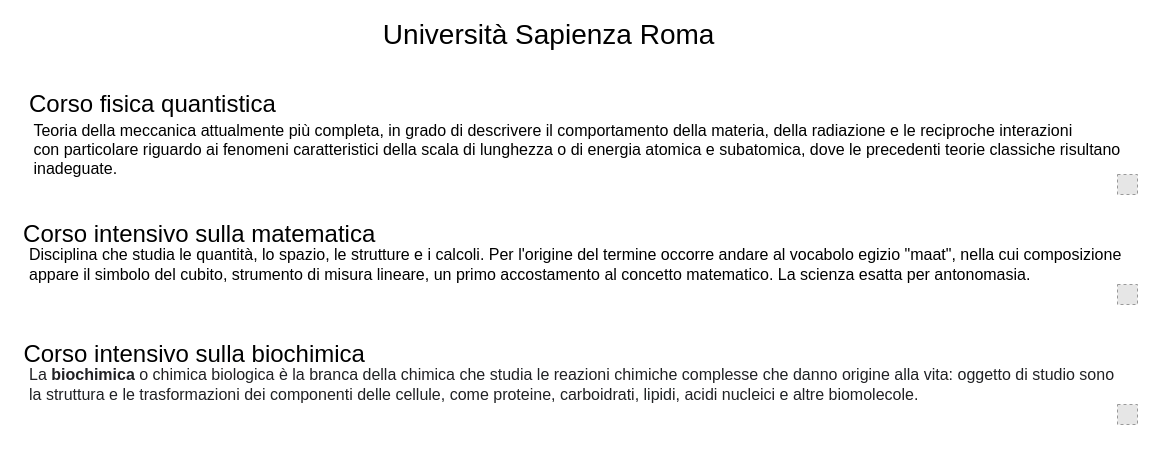
AuroraStefanin03/Esempio keeps this draw.io diagram as Wireframe.drawio. Above is the earlier version. Source tidied: cells renumbered, new cells numbered last; positions are measured from the earlier drawing's top-left corner, leaving out a move shared by most shapes. Both pictures are drawn from the tidied source at 100%, with x=0, y=0 at pixel (17, 24). Pictures stored in the file or linked from it are replaced by grey dashed boxes.
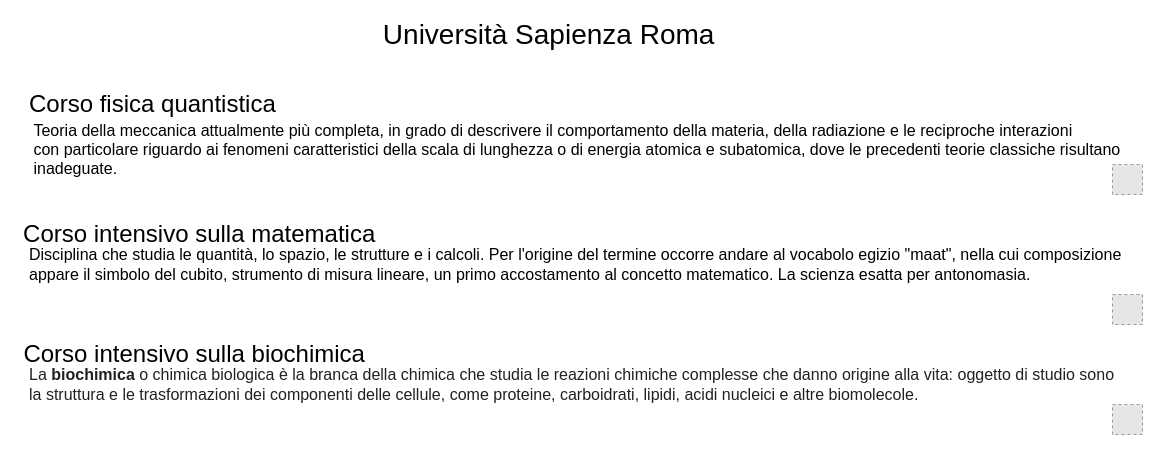
Above is the later version.

What changed in the source:
```diff
@@
 <mxGraphModel background="#ffffff">
   <root>
     <mxCell id="0" />
     <mxCell id="1" parent="0" />
     <mxCell id="2" value="&lt;font style=&quot;font-size: 28px&quot;&gt;Università Sapienza Roma&amp;nbsp;&lt;/font&gt;" style="text;html=1;align=center;verticalAlign=middle;fillColor=none;strokeColor=none;rounded=0;" parent="1" vertex="1">
       <mxGeometry x="360" width="350" height="20" as="geometry" />
     </mxCell>
     <mxCell id="3" value="&lt;p style=&quot;margin: 0.5em 0px ; font-family: sans-serif ; font-size: 14px ; background-color: rgb(255 , 255 , 255)&quot;&gt;&lt;br&gt;&lt;/p&gt;" style="text;html=1;align=center;verticalAlign=middle;fillColor=none;strokeColor=none;rounded=0;" parent="1" vertex="1">
       <mxGeometry x="490" y="225" width="20" height="30" as="geometry" />
     </mxCell>
     <mxCell id="4" value="&lt;font style=&quot;font-size: 16px&quot;&gt;&amp;nbsp;Teoria della meccanica attualmente più completa, in grado di descrivere il comportamento della materia, della radiazione e le reciproche interazioni&lt;br&gt;&amp;nbsp;con particolare riguardo ai fenomeni caratteristici della scala di lunghezza o di energia atomica e subatomica, dove le precedenti teorie classiche risultano &lt;br&gt;&amp;nbsp;inadeguate.&lt;/font&gt;" style="text;html=1;align=left;verticalAlign=middle;fillColor=none;strokeColor=none;rounded=0;" parent="1" vertex="1">
       <mxGeometry x="10" y="100" width="1110" height="50" as="geometry" />
     </mxCell>
     <mxCell id="5" value="&lt;font style=&quot;font-size: 16px&quot;&gt;Disciplina che studia le quantità, lo spazio, le strutture e i calcoli. Per l'origine del termine occorre andare al vocabolo egizio &quot;maat&quot;, nella cui composizione &lt;br&gt;appare il simbolo del cubito, strumento di misura lineare, un primo accostamento al concetto matematico.&amp;nbsp;La scienza esatta per antonomasia.&lt;/font&gt;" style="text;html=1;align=left;verticalAlign=middle;fillColor=none;strokeColor=none;rounded=0;" parent="1" vertex="1">
       <mxGeometry x="10" y="220" width="1110" height="40" as="geometry" />
     </mxCell>
-    <mxCell id="6" style="fillColor=#E6E6E6;strokeColor=#999999;dashed=1;html=1;verticalAlign=top;verticalLabelPosition=bottom;labelBackgroundColor=#ffffff;" parent="1" vertex="1">
-      <mxGeometry x="1100" y="150" width="20" height="20" as="geometry" />
-    </mxCell>
-    <mxCell id="7" style="fillColor=#E6E6E6;strokeColor=#999999;dashed=1;html=1;verticalAlign=top;verticalLabelPosition=bottom;labelBackgroundColor=#ffffff;" parent="1" vertex="1">
-      <mxGeometry x="1100" y="260" width="20" height="20" as="geometry" />
-    </mxCell>
     <mxCell id="8" value="&lt;font style=&quot;font-size: 24px&quot;&gt;Corso fisica quantistica&lt;/font&gt;" style="text;html=1;align=left;verticalAlign=middle;fillColor=none;strokeColor=none;rounded=0;" parent="1" vertex="1">
       <mxGeometry x="10" y="70" width="260" height="20" as="geometry" />
     </mxCell>
     <mxCell id="9" value="&lt;font style=&quot;font-size: 24px&quot;&gt;Corso intensivo sulla matematica&amp;nbsp;&lt;/font&gt;" style="text;html=1;align=center;verticalAlign=middle;fillColor=none;strokeColor=none;rounded=0;" parent="1" vertex="1">
       <mxGeometry y="200" width="370" height="20" as="geometry" />
     </mxCell>
     <mxCell id="10" value="&lt;span style=&quot;font-size: 24px&quot;&gt;Corso intensivo sulla biochimica&amp;nbsp;&lt;/span&gt;" style="text;html=1;align=center;verticalAlign=middle;fillColor=none;strokeColor=none;rounded=0;" parent="1" vertex="1">
       <mxGeometry y="320" width="360" height="20" as="geometry" />
     </mxCell>
     <mxCell id="11" style="text;html=1;align=center;verticalAlign=middle;fillColor=none;strokeColor=none;rounded=0;" parent="1" vertex="1">
       <mxGeometry x="310" y="250" width="20" height="20" as="geometry" />
     </mxCell>
     <mxCell id="12" value="&lt;span style=&quot;color: rgb(32 , 33 , 36) ; font-family: &amp;#34;arial&amp;#34; , sans-serif ; font-size: 16px ; background-color: rgb(255 , 255 , 255)&quot;&gt;La&amp;nbsp;&lt;/span&gt;&lt;b style=&quot;color: rgb(32 , 33 , 36) ; font-family: &amp;#34;arial&amp;#34; , sans-serif ; font-size: 16px ; background-color: rgb(255 , 255 , 255)&quot;&gt;biochimica&lt;/b&gt;&lt;span style=&quot;color: rgb(32 , 33 , 36) ; font-family: &amp;#34;arial&amp;#34; , sans-serif ; font-size: 16px ; background-color: rgb(255 , 255 , 255)&quot;&gt;&amp;nbsp;o chimica biologica è la branca della chimica che studia le reazioni chimiche complesse che danno origine alla vita: oggetto di studio sono&lt;br&gt;la struttura e le trasformazioni dei componenti delle cellule, come proteine, carboidrati, lipidi, acidi nucleici e altre biomolecole.&lt;/span&gt;" style="text;html=1;align=left;verticalAlign=middle;fillColor=none;strokeColor=none;rounded=0;" parent="1" vertex="1">
       <mxGeometry x="10" y="340" width="1100" height="40" as="geometry" />
     </mxCell>
-    <mxCell id="13" style="fillColor=#E6E6E6;strokeColor=#999999;dashed=1;html=1;verticalAlign=top;verticalLabelPosition=bottom;labelBackgroundColor=#ffffff;" parent="1" vertex="1">
-      <mxGeometry x="1100" y="380" width="20" height="20" as="geometry" />
-    </mxCell>
+    <mxCell id="14" style="fillColor=#E6E6E6;strokeColor=#999999;dashed=1;html=1;verticalAlign=top;verticalLabelPosition=bottom;labelBackgroundColor=#ffffff;" parent="1" vertex="1">
+      <mxGeometry x="1095" y="140" width="30" height="30" as="geometry" />
+    </mxCell>
+    <mxCell id="15" style="fillColor=#E6E6E6;strokeColor=#999999;dashed=1;html=1;verticalAlign=top;verticalLabelPosition=bottom;labelBackgroundColor=#ffffff;" parent="1" vertex="1">
+      <mxGeometry x="1095" y="270" width="30" height="30" as="geometry" />
+    </mxCell>
+    <mxCell id="16" style="fillColor=#E6E6E6;strokeColor=#999999;dashed=1;html=1;verticalAlign=top;verticalLabelPosition=bottom;labelBackgroundColor=#ffffff;" parent="1" vertex="1">
+      <mxGeometry x="1095" y="380" width="30" height="30" as="geometry" />
+    </mxCell>
   </root>
 </mxGraphModel>
```
